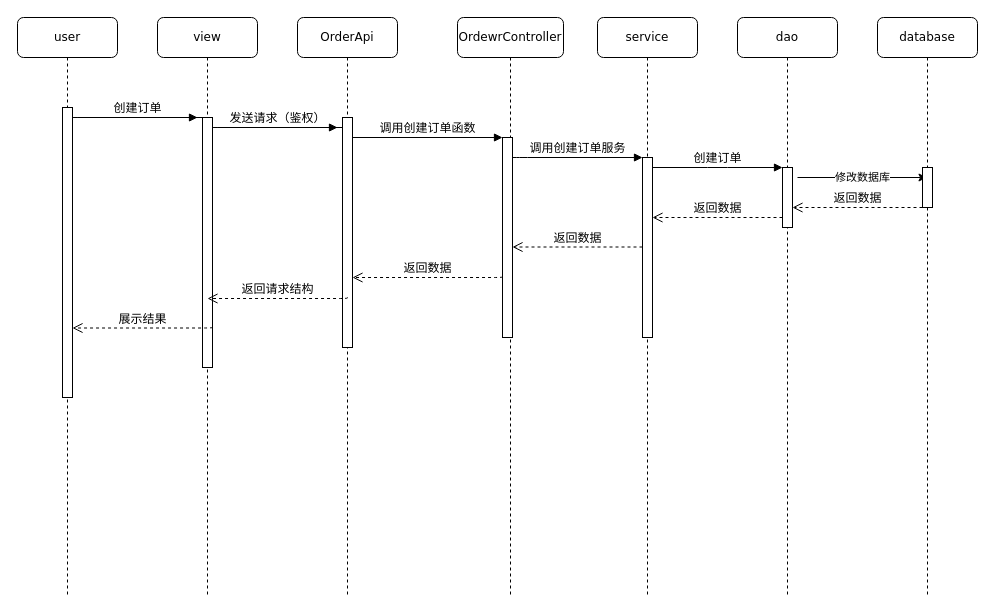
The draw.io diagram 毕业设计CQUPT/创建订单时序图.drawio in myjdml/drowio, before the edit. Source tidied: cells renumbered, new cells numbered last; positions are measured from the earlier drawing's top-left corner, leaving out a move shared by most shapes. Both pictures are drawn from the tidied source at 100%, with x=0, y=0 at pixel (17, 17).
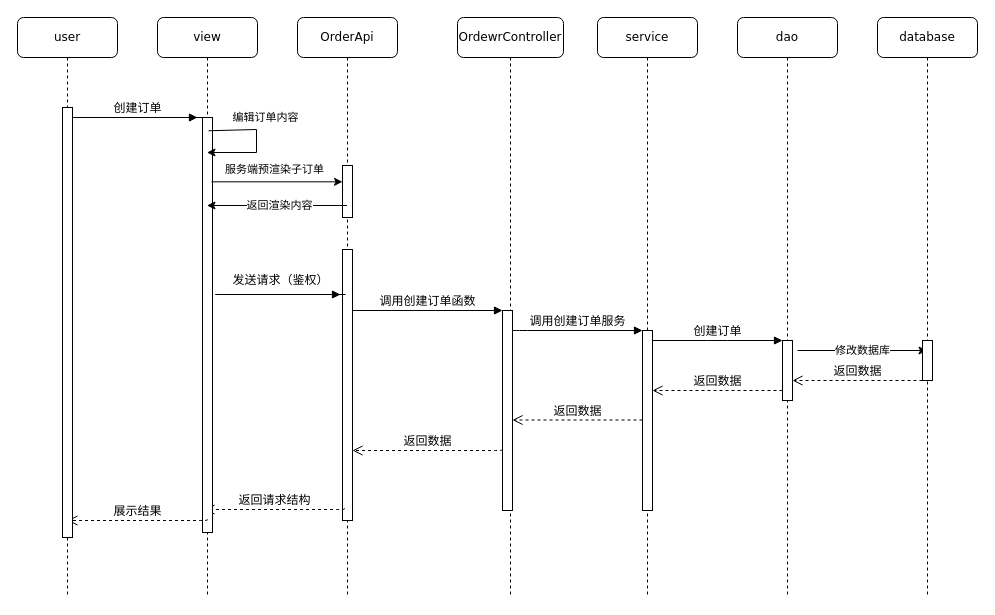
Above is the later version.

Commit message:
更新创建订单时序图.drawio

The change refers to these unchanged cells:
```xml
<mxCell id="2" value="OrderApi" style="shape=umlLifeline;perimeter=lifelinePerimeter;whiteSpace=wrap;html=1;outlineConnect=0;rounded=1;shadow=0;comic=0;labelBackgroundColor=none;strokeWidth=1;fontFamily=Verdana;fontSize=12;align=center;" parent="1" vertex="1">
  <mxGeometry x="280" width="100" height="580" as="geometry" />
</mxCell>
<mxCell id="5" value="OrdewrController" style="shape=umlLifeline;perimeter=lifelinePerimeter;whiteSpace=wrap;html=1;rounded=1;shadow=0;comic=0;labelBackgroundColor=none;strokeWidth=1;fontFamily=Verdana;fontSize=12;align=center;" parent="1" vertex="1">
  <mxGeometry x="440" width="106" height="580" as="geometry" />
</mxCell>
<mxCell id="8" value="service" style="shape=umlLifeline;perimeter=lifelinePerimeter;whiteSpace=wrap;html=1;rounded=1;shadow=0;comic=0;labelBackgroundColor=none;strokeWidth=1;fontFamily=Verdana;fontSize=12;align=center;" parent="1" vertex="1">
  <mxGeometry x="580" width="100" height="580" as="geometry" />
</mxCell>
<mxCell id="10" value="dao" style="shape=umlLifeline;perimeter=lifelinePerimeter;whiteSpace=wrap;html=1;rounded=1;shadow=0;comic=0;labelBackgroundColor=none;strokeWidth=1;fontFamily=Verdana;fontSize=12;align=center;" parent="1" vertex="1">
  <mxGeometry x="720" width="100" height="580" as="geometry" />
</mxCell>
<mxCell id="13" value="database" style="shape=umlLifeline;perimeter=lifelinePerimeter;whiteSpace=wrap;html=1;outlineConnect=0;rounded=1;shadow=0;comic=0;labelBackgroundColor=none;strokeWidth=1;fontFamily=Verdana;fontSize=12;align=center;" parent="1" vertex="1">
  <mxGeometry x="860" width="100" height="580" as="geometry" />
</mxCell>
<mxCell id="15" value="view" style="shape=umlLifeline;perimeter=lifelinePerimeter;whiteSpace=wrap;html=1;outlineConnect=0;rounded=1;shadow=0;comic=0;labelBackgroundColor=none;strokeWidth=1;fontFamily=Verdana;fontSize=12;align=center;" parent="1" vertex="1">
  <mxGeometry x="140" width="100" height="580" as="geometry" />
</mxCell>
<mxCell id="25" value="user" style="shape=umlLifeline;perimeter=lifelinePerimeter;whiteSpace=wrap;html=1;rounded=1;shadow=0;comic=0;labelBackgroundColor=none;strokeWidth=1;fontFamily=Verdana;fontSize=12;align=center;" parent="1" vertex="1">
  <mxGeometry width="100" height="580" as="geometry" />
</mxCell>
```

Diff of the diagram source:
```diff
@@
     <mxCell id="3" style="html=1;points=[];perimeter=orthogonalPerimeter;rounded=0;shadow=0;comic=0;labelBackgroundColor=none;strokeWidth=1;fontFamily=Verdana;fontSize=12;align=center;" parent="2" vertex="1">
-      <mxGeometry x="45" y="100" width="10" height="230" as="geometry" />
+      <mxGeometry x="45" y="232" width="10" height="271" as="geometry" />
     </mxCell>
     <mxCell id="4" value="返回数据" style="html=1;verticalAlign=bottom;endArrow=open;dashed=1;endSize=8;labelBackgroundColor=none;fontFamily=Verdana;fontSize=12;edgeStyle=elbowEdgeStyle;elbow=vertical;exitX=0;exitY=0.695;exitDx=0;exitDy=0;exitPerimeter=0;" parent="2" edge="1" source="6">
       <mxGeometry relative="1" as="geometry">
-        <mxPoint x="55" y="260" as="targetPoint" />
+        <mxPoint x="55" y="433" as="targetPoint" />
         <Array as="points">
-          <mxPoint x="160" y="260" />
+          <mxPoint x="160" y="433" />
         </Array>
       </mxGeometry>
     </mxCell>
+    <mxCell id="18" value="返回请求结构" style="html=1;verticalAlign=bottom;endArrow=open;dashed=1;endSize=8;labelBackgroundColor=none;fontFamily=Verdana;fontSize=12;edgeStyle=elbowEdgeStyle;elbow=vertical;exitX=0;exitY=0.695;exitDx=0;exitDy=0;exitPerimeter=0;" parent="2" edge="1">
+      <mxGeometry relative="1" as="geometry">
+        <mxPoint x="47" y="491" as="sourcePoint" />
+        <mxPoint x="-93" y="492" as="targetPoint" />
+        <Array as="points">
+          <mxPoint x="2" y="492" />
+        </Array>
+      </mxGeometry>
+    </mxCell>
+    <mxCell id="28" style="html=1;points=[];perimeter=orthogonalPerimeter;outlineConnect=0;targetShapes=umlLifeline;portConstraint=eastwest;newEdgeStyle={&quot;edgeStyle&quot;:&quot;elbowEdgeStyle&quot;,&quot;elbow&quot;:&quot;vertical&quot;,&quot;curved&quot;:0,&quot;rounded&quot;:0};" parent="2" vertex="1">
+      <mxGeometry x="45" y="148" width="10" height="52" as="geometry" />
+    </mxCell>
+    <mxCell id="17" value="发送请求（鉴权）" style="html=1;verticalAlign=bottom;endArrow=block;labelBackgroundColor=none;fontFamily=Verdana;fontSize=12;edgeStyle=elbowEdgeStyle;elbow=vertical;" parent="2" edge="1">
+      <mxGeometry x="0.55" y="5" relative="1" as="geometry">
+        <mxPoint x="48" y="277" as="sourcePoint" />
+        <mxPoint x="43" y="277" as="targetPoint" />
+        <Array as="points">
+          <mxPoint x="-87" y="277" />
+        </Array>
+      </mxGeometry>
+    </mxCell>
@@
     <mxCell id="6" style="html=1;points=[];perimeter=orthogonalPerimeter;rounded=0;shadow=0;comic=0;labelBackgroundColor=none;strokeWidth=1;fontFamily=Verdana;fontSize=12;align=center;" parent="5" vertex="1">
-      <mxGeometry x="45" y="120" width="10" height="200" as="geometry" />
+      <mxGeometry x="45" y="293" width="10" height="200" as="geometry" />
     </mxCell>
     <mxCell id="7" value="返回数据" style="html=1;verticalAlign=bottom;endArrow=open;dashed=1;endSize=8;labelBackgroundColor=none;fontFamily=Verdana;fontSize=12;edgeStyle=elbowEdgeStyle;elbow=vertical;" parent="5" edge="1">
       <mxGeometry relative="1" as="geometry">
-        <mxPoint x="185" y="229.5" as="sourcePoint" />
-        <mxPoint x="55" y="229.5" as="targetPoint" />
+        <mxPoint x="185" y="402.5" as="sourcePoint" />
+        <mxPoint x="55" y="402.5" as="targetPoint" />
         <Array as="points">
-          <mxPoint x="160" y="229.5" />
+          <mxPoint x="160" y="402.5" />
         </Array>
       </mxGeometry>
     </mxCell>
@@
     <mxCell id="9" value="返回数据" style="html=1;verticalAlign=bottom;endArrow=open;dashed=1;endSize=8;labelBackgroundColor=none;fontFamily=Verdana;fontSize=12;edgeStyle=elbowEdgeStyle;elbow=vertical;" parent="8" edge="1">
       <mxGeometry relative="1" as="geometry">
-        <mxPoint x="185" y="200" as="sourcePoint" />
-        <mxPoint x="55" y="200" as="targetPoint" />
+        <mxPoint x="185" y="373" as="sourcePoint" />
+        <mxPoint x="55" y="373" as="targetPoint" />
         <Array as="points">
-          <mxPoint x="160" y="200" />
+          <mxPoint x="160" y="373" />
         </Array>
       </mxGeometry>
     </mxCell>
@@
-    <mxCell id="11" value="修改数据库" style="endArrow=classic;html=1;rounded=0;" parent="10" edge="1" target="13">
+    <mxCell id="11" value="修改数据库" style="endArrow=classic;html=1;rounded=0;" parent="10" edge="1">
       <mxGeometry relative="1" as="geometry">
-        <mxPoint x="60" y="160" as="sourcePoint" />
+        <mxPoint x="60" y="333" as="sourcePoint" />
+        <mxPoint x="189.5" y="333" as="targetPoint" />
       </mxGeometry>
     </mxCell>
     <mxCell id="12" value="返回数据" style="html=1;verticalAlign=bottom;endArrow=open;dashed=1;endSize=8;labelBackgroundColor=none;fontFamily=Verdana;fontSize=12;edgeStyle=elbowEdgeStyle;elbow=vertical;" parent="10" edge="1">
       <mxGeometry relative="1" as="geometry">
-        <mxPoint x="185" y="190" as="sourcePoint" />
-        <mxPoint x="55" y="190" as="targetPoint" />
+        <mxPoint x="185" y="363" as="sourcePoint" />
+        <mxPoint x="55" y="363" as="targetPoint" />
         <Array as="points">
-          <mxPoint x="160" y="190" />
+          <mxPoint x="160" y="363" />
         </Array>
       </mxGeometry>
     </mxCell>
@@
     <mxCell id="14" style="html=1;perimeter=orthogonalPerimeter;targetShapes=umlLifeline;newEdgeStyle={&quot;edgeStyle&quot;:&quot;elbowEdgeStyle&quot;,&quot;elbow&quot;:&quot;vertical&quot;,&quot;curved&quot;:0,&quot;rounded&quot;:0};" parent="13" vertex="1">
-      <mxGeometry x="45" y="150" width="10" height="40" as="geometry" />
+      <mxGeometry x="45" y="323" width="10" height="40" as="geometry" />
     </mxCell>
@@
     <mxCell id="16" style="html=1;points=[];perimeter=orthogonalPerimeter;rounded=0;shadow=0;comic=0;labelBackgroundColor=none;strokeWidth=1;fontFamily=Verdana;fontSize=12;align=center;" parent="15" vertex="1">
-      <mxGeometry x="45" y="100" width="10" height="250" as="geometry" />
+      <mxGeometry x="45" y="100" width="10" height="415" as="geometry" />
     </mxCell>
-    <mxCell id="17" value="发送请求（鉴权）" style="html=1;verticalAlign=bottom;endArrow=block;labelBackgroundColor=none;fontFamily=Verdana;fontSize=12;edgeStyle=elbowEdgeStyle;elbow=vertical;" parent="15" edge="1">
-      <mxGeometry x="0.55" relative="1" as="geometry">
-        <mxPoint x="185" y="110" as="sourcePoint" />
-        <mxPoint x="180" y="110" as="targetPoint" />
-        <Array as="points">
-          <mxPoint x="50" y="110" />
-        </Array>
-      </mxGeometry>
-    </mxCell>
-    <mxCell id="18" value="返回请求结构" style="html=1;verticalAlign=bottom;endArrow=open;dashed=1;endSize=8;labelBackgroundColor=none;fontFamily=Verdana;fontSize=12;edgeStyle=elbowEdgeStyle;elbow=vertical;exitX=0;exitY=0.695;exitDx=0;exitDy=0;exitPerimeter=0;" parent="15" edge="1">
-      <mxGeometry relative="1" as="geometry">
-        <mxPoint x="190" y="280" as="sourcePoint" />
-        <mxPoint x="50" y="281" as="targetPoint" />
-        <Array as="points">
-          <mxPoint x="145" y="281" />
-        </Array>
-      </mxGeometry>
-    </mxCell>
+    <mxCell id="29" style="endArrow=classic;html=1;rounded=0;exitX=0.6;exitY=0.032;exitDx=0;exitDy=0;exitPerimeter=0;" parent="15" edge="1" source="16" target="15">
+      <mxGeometry relative="1" as="geometry">
+        <Array as="points">
+          <mxPoint x="99" y="112" />
+          <mxPoint x="99" y="135" />
+        </Array>
+      </mxGeometry>
+    </mxCell>
+    <mxCell id="30" value="编辑订单内容" style="edgeLabel;html=1;align=center;verticalAlign=middle;" parent="29" vertex="1">
+      <mxGeometry x="-0.02" y="-3" relative="1" as="geometry">
+        <mxPoint x="11" y="-23" as="offset" />
+      </mxGeometry>
+    </mxCell>
+    <mxCell id="27" value="展示结果" style="html=1;verticalAlign=bottom;endArrow=open;dashed=1;endSize=8;labelBackgroundColor=none;fontFamily=Verdana;fontSize=12;edgeStyle=elbowEdgeStyle;elbow=vertical;exitX=0;exitY=0.695;exitDx=0;exitDy=0;exitPerimeter=0;" parent="15" edge="1">
+      <mxGeometry relative="1" as="geometry">
+        <mxPoint x="50" y="502" as="sourcePoint" />
+        <mxPoint x="-90" y="503" as="targetPoint" />
+        <Array as="points">
+          <mxPoint x="5" y="503" />
+        </Array>
+      </mxGeometry>
+    </mxCell>
     <mxCell id="19" style="html=1;points=[];perimeter=orthogonalPerimeter;rounded=0;shadow=0;comic=0;labelBackgroundColor=none;strokeWidth=1;fontFamily=Verdana;fontSize=12;align=center;" parent="1" vertex="1">
-      <mxGeometry x="625" y="140" width="10" height="180" as="geometry" />
+      <mxGeometry x="625" y="313" width="10" height="180" as="geometry" />
     </mxCell>
     <mxCell id="20" value="调用创建订单服务" style="html=1;verticalAlign=bottom;endArrow=block;labelBackgroundColor=none;fontFamily=Verdana;fontSize=12;edgeStyle=elbowEdgeStyle;elbow=vertical;" parent="1" edge="1" source="6" target="19">
       <mxGeometry relative="1" as="geometry">
         <Array as="points">
-          <mxPoint x="500" y="140" />
+          <mxPoint x="500" y="313" />
         </Array>
       </mxGeometry>
     </mxCell>
     <mxCell id="21" style="html=1;points=[];perimeter=orthogonalPerimeter;rounded=0;shadow=0;comic=0;labelBackgroundColor=none;strokeWidth=1;fontFamily=Verdana;fontSize=12;align=center;" parent="1" vertex="1">
-      <mxGeometry x="765" y="150" width="10" height="60" as="geometry" />
+      <mxGeometry x="765" y="323" width="10" height="60" as="geometry" />
     </mxCell>
@@
     <mxCell id="26" style="html=1;perimeter=orthogonalPerimeter;rounded=0;shadow=0;comic=0;labelBackgroundColor=none;strokeWidth=1;fontFamily=Verdana;fontSize=12;align=center;" parent="25" vertex="1">
-      <mxGeometry x="45" y="90" width="10" height="290" as="geometry" />
+      <mxGeometry x="45" y="90" width="10" height="430" as="geometry" />
     </mxCell>
-    <mxCell id="27" value="展示结果" style="html=1;verticalAlign=bottom;endArrow=open;dashed=1;endSize=8;labelBackgroundColor=none;fontFamily=Verdana;fontSize=12;edgeStyle=elbowEdgeStyle;elbow=vertical;exitX=0;exitY=0.695;exitDx=0;exitDy=0;exitPerimeter=0;" parent="25" edge="1">
-      <mxGeometry relative="1" as="geometry">
-        <mxPoint x="195" y="309.5" as="sourcePoint" />
-        <mxPoint x="55" y="310.5" as="targetPoint" />
-        <Array as="points">
-          <mxPoint x="150" y="310.5" />
-        </Array>
-      </mxGeometry>
-    </mxCell>
+    <mxCell id="31" value="服务端预渲染子订单" style="endArrow=classic;html=1;rounded=0;exitX=0.9;exitY=0.155;exitDx=0;exitDy=0;exitPerimeter=0;" parent="1" edge="1" source="16" target="28">
+      <mxGeometry x="-0.04" y="12" relative="1" as="geometry" />
+    </mxCell>
+    <mxCell id="32" style="endArrow=classic;html=1;rounded=0;" parent="1" edge="1" source="2" target="15">
+      <mxGeometry relative="1" as="geometry">
+        <Array as="points">
+          <mxPoint x="287" y="188" />
+        </Array>
+      </mxGeometry>
+    </mxCell>
+    <mxCell id="33" value="返回渲染内容" style="edgeLabel;html=1;align=center;verticalAlign=middle;" parent="32" vertex="1">
+      <mxGeometry x="-0.01" y="-1" relative="1" as="geometry">
+        <mxPoint x="1" as="offset" />
+      </mxGeometry>
+    </mxCell>
```
